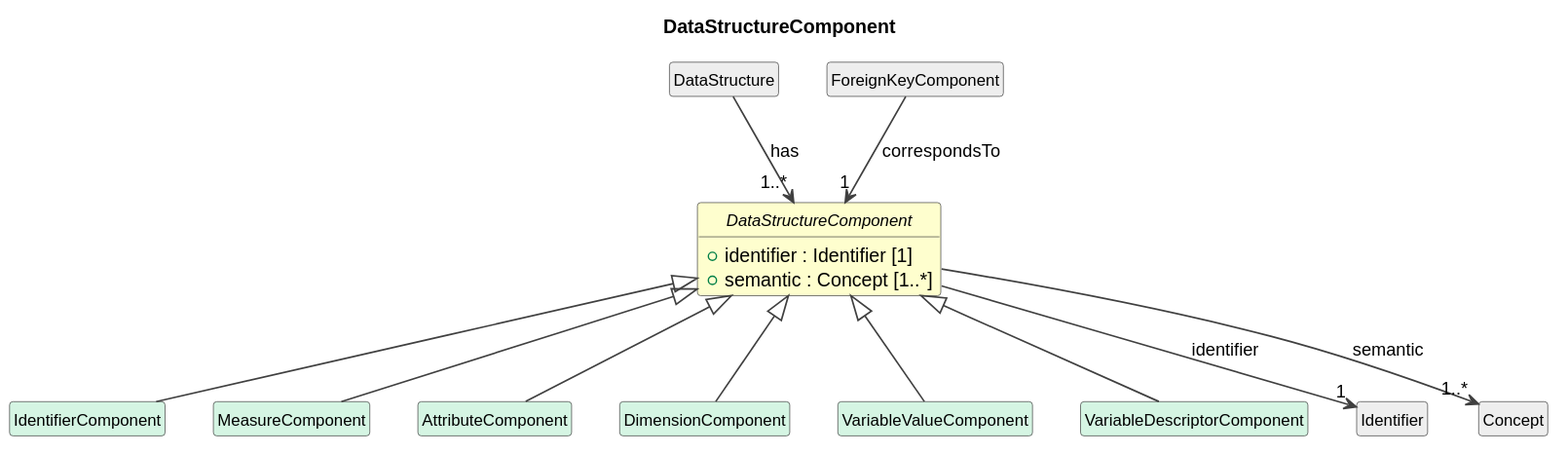
Cross-Domain-Interoperability-Framework/metadataBuildingBlocks keeps this PlantUML diagram as cdif-uml-model/_plantuml/cdifDataStructure/Classes/DataStructureComponent.svg. Above is the earlier version.
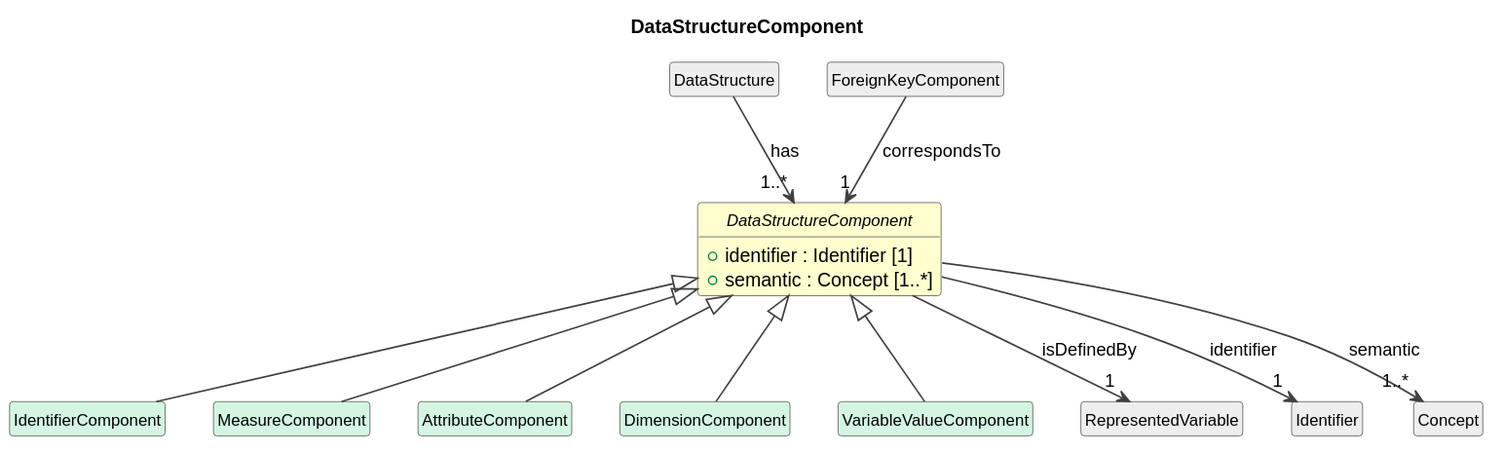
Later version of the same file.

Diff of the diagram source:
```diff
@@ -24,10 +24,10 @@
 DataStructureComponent <|-- DimensionComponent
 class "VariableValueComponent" as VariableValueComponent #D5F5E3
 DataStructureComponent <|-- VariableValueComponent
-class "VariableDescriptorComponent" as VariableDescriptorComponent #D5F5E3
-DataStructureComponent <|-- VariableDescriptorComponent
 class "DataStructure" as DataStructure #EEEEEE
 DataStructure --> "1..*" DataStructureComponent : has
+class "RepresentedVariable" as RepresentedVariable #EEEEEE
+DataStructureComponent --> "1" RepresentedVariable : isDefinedBy
 class "ForeignKeyComponent" as ForeignKeyComponent #EEEEEE
 ForeignKeyComponent --> "1" DataStructureComponent : correspondsTo
 class "Identifier" as Identifier #EEEEEE
```
